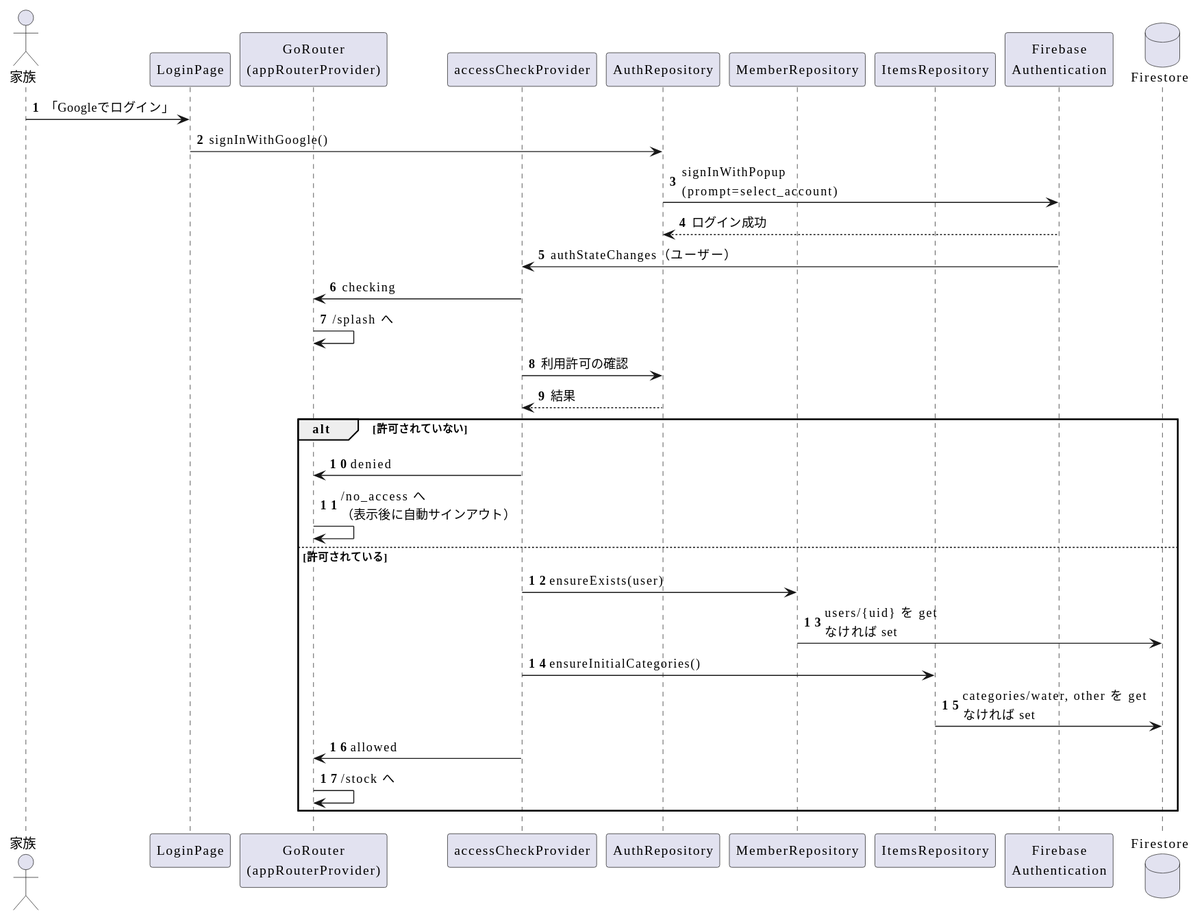
The PlantUML diagram design/sequences/diagrams/login.svg in LASC-SINCE2015/LivingManager, before a commit.
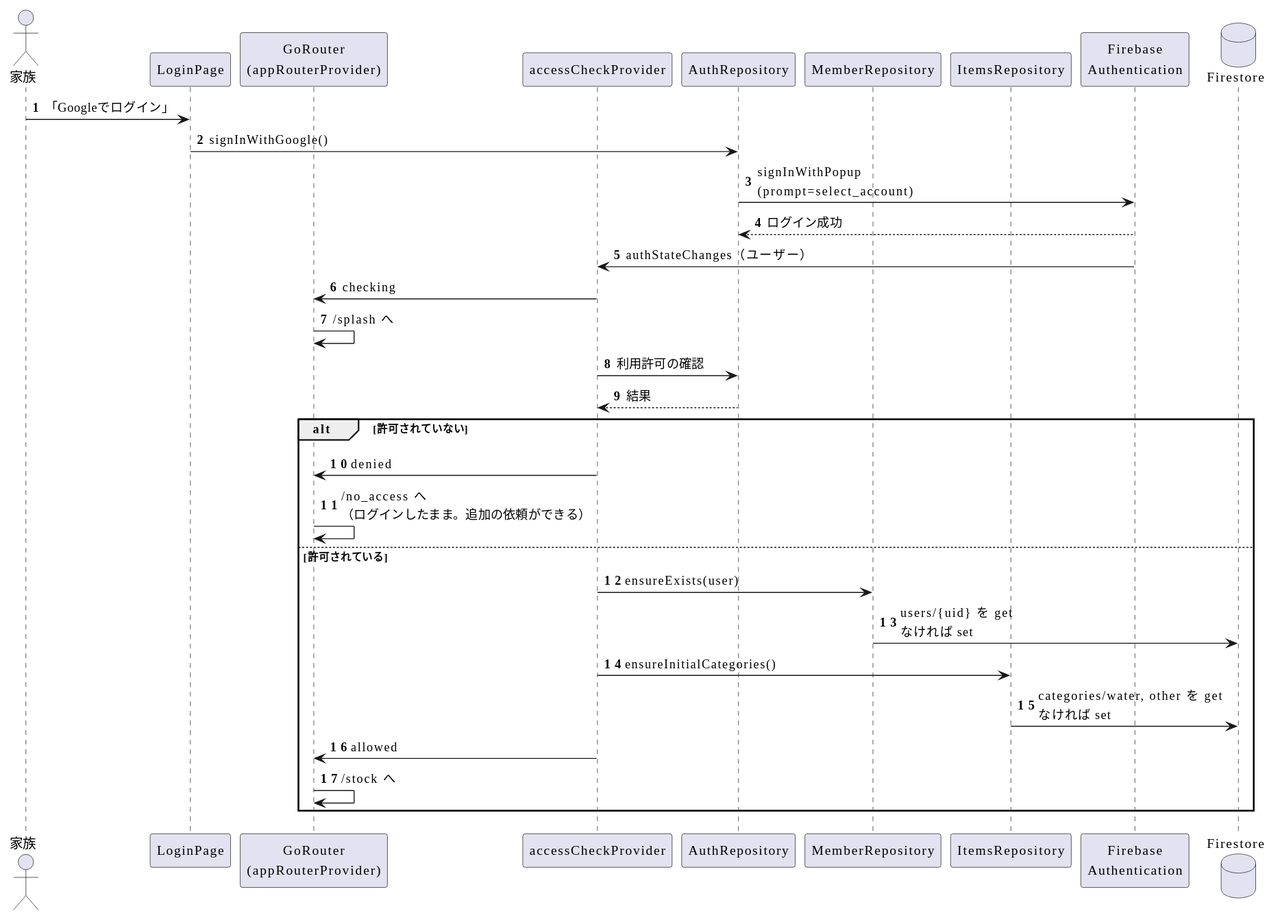
The same diagram one commit later.

Change to the diagram source:
```diff
@@ -25,7 +25,7 @@
 authRepo --> check : 結果
 alt 許可されていない
   check -> router : denied
-  router -> router : /no_access へ\n（表示後に自動サインアウト）
+  router -> router : /no_access へ\n（ログインしたまま。追加の依頼ができる）
 else 許可されている
   check -> memberRepo : ensureExists(user)
   memberRepo -> fs : users/{uid} を get\nなければ set
```
